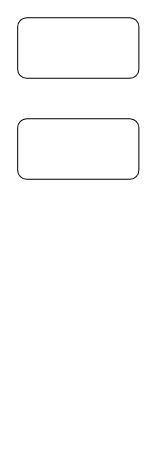
Earlier version of the draw.io diagram test.drawio (sakariye22/todo2). Source tidied: cells renumbered, new cells numbered last; positions are measured from the earlier drawing's top-left corner, leaving out a move shared by most shapes. Both pictures are drawn from the tidied source at 101%, with x=0, y=0 at pixel (17, 17).
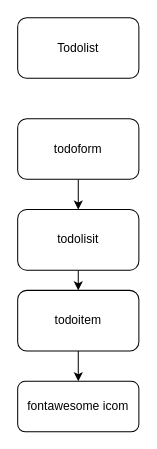
After the change.

Commit message:
visual aid

Change to the diagram source:
```diff
@@
 <mxGraphModel>
   <root>
     <mxCell id="0" />
     <mxCell id="1" parent="0" />
+    <mxCell id="4" style="edgeStyle=none;html=1;" parent="1" edge="1" source="2" target="6">
+      <mxGeometry relative="1" as="geometry" />
+    </mxCell>
-    <mxCell id="2" style="rounded=1;whiteSpace=wrap;html=1;" parent="1" vertex="1">
+    <mxCell id="2" value="todoform" style="rounded=1;whiteSpace=wrap;html=1;" parent="1" vertex="1">
       <mxGeometry y="100" width="120" height="60" as="geometry" />
     </mxCell>
-    <mxCell id="3" style="rounded=1;whiteSpace=wrap;html=1;" parent="1" vertex="1">
+    <mxCell id="3" value="Todolist" style="rounded=1;whiteSpace=wrap;html=1;" parent="1" vertex="1">
       <mxGeometry width="120" height="60" as="geometry" />
     </mxCell>
+    <mxCell id="5" style="edgeStyle=none;html=1;" parent="1" edge="1" source="6" target="8">
+      <mxGeometry relative="1" as="geometry" />
+    </mxCell>
+    <mxCell id="6" value="todolisit" style="whiteSpace=wrap;html=1;rounded=1;" parent="1" vertex="1">
+      <mxGeometry y="190" width="120" height="60" as="geometry" />
+    </mxCell>
+    <mxCell id="7" style="edgeStyle=none;html=1;" parent="1" edge="1" source="8" target="9">
+      <mxGeometry relative="1" as="geometry" />
+    </mxCell>
+    <mxCell id="8" value="todoitem" style="whiteSpace=wrap;html=1;rounded=1;" parent="1" vertex="1">
+      <mxGeometry y="270" width="120" height="60" as="geometry" />
+    </mxCell>
+    <mxCell id="9" value="fontawesome icom" style="whiteSpace=wrap;html=1;rounded=1;" parent="1" vertex="1">
+      <mxGeometry y="360" width="120" height="50" as="geometry" />
+    </mxCell>
   </root>
 </mxGraphModel>
```
